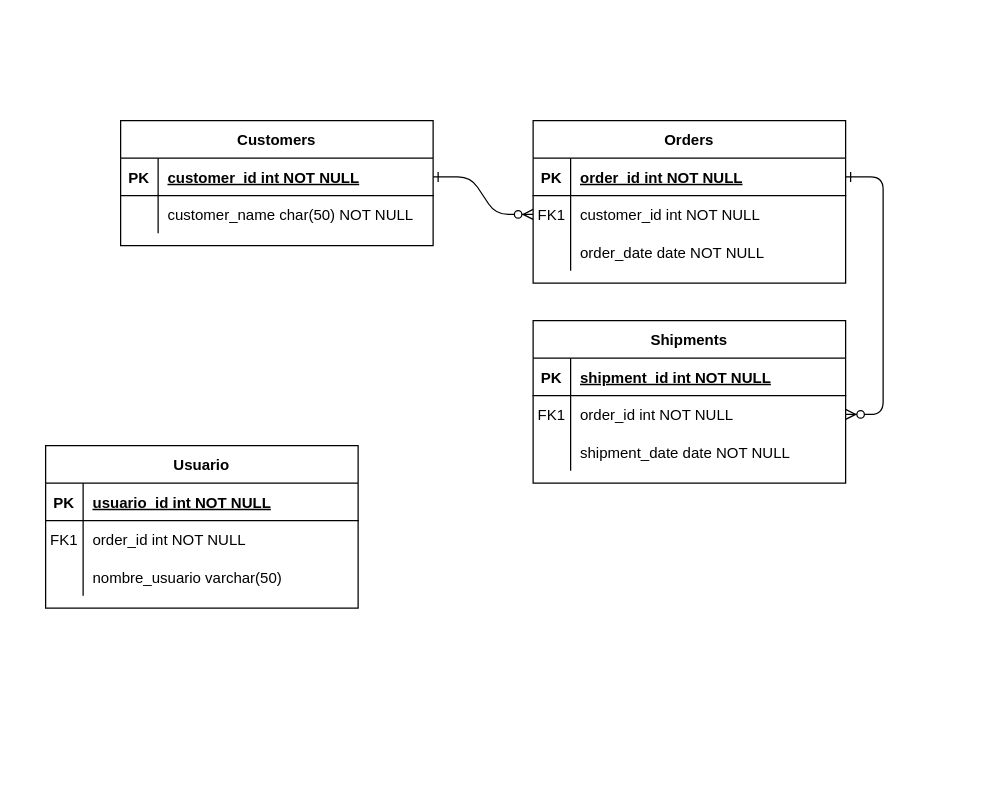
This is Diagrama_Entidad_Relacion.drawio from jgibranv/QRTracking, a draw.io file, before an edit. Source tidied: cells renumbered, new cells numbered last; positions are measured from the earlier drawing's top-left corner, leaving out a move shared by most shapes. Both pictures are drawn from the tidied source at 125%, with x=0, y=0 at pixel (45, 120).
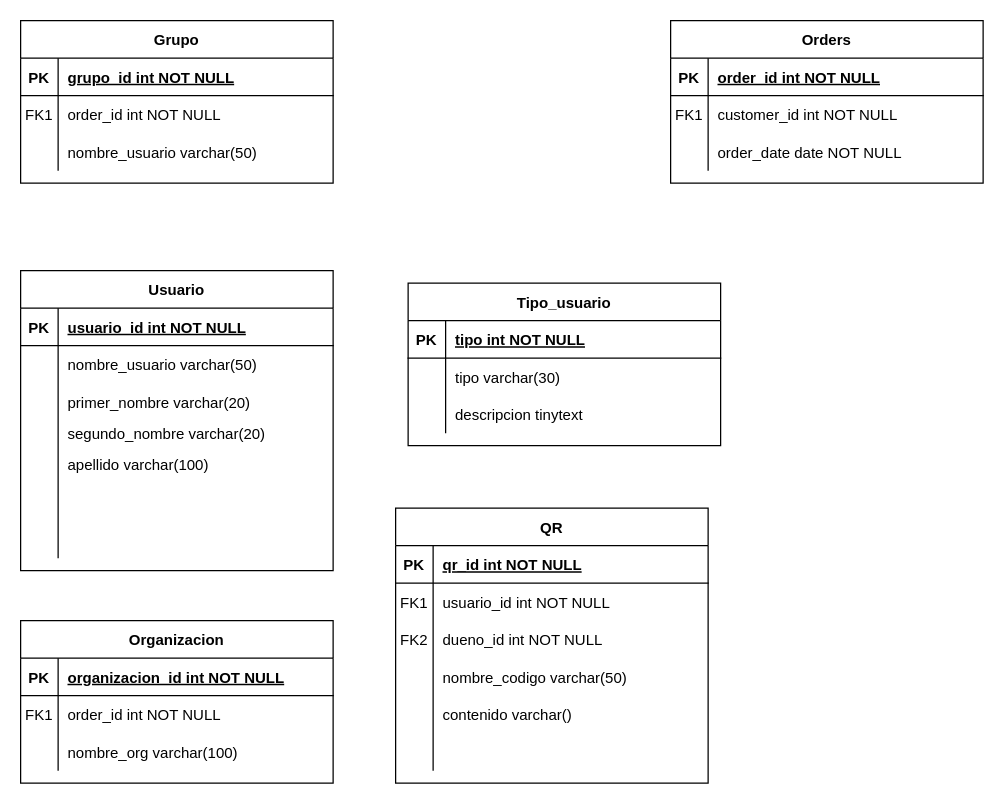
The same page after the edit.

Commit message:
tablas grupo org y qr.drawio

Unchanged cells that the change refers to:
```xml
<mxCell id="5" style="shape=partialRectangle;fillColor=none;points=[[0,0.5],[1,0.5]];portConstraint=eastwest;top=0;left=0;right=0;bottom=1;" parent="4" vertex="1">
  <mxGeometry y="30" width="250" height="30" as="geometry" />
</mxCell>
<mxCell id="8" style="shape=partialRectangle;fillColor=none;points=[[0,0.5],[1,0.5]];portConstraint=eastwest;top=0;left=0;right=0;bottom=0;" parent="4" vertex="1">
  <mxGeometry y="60" width="250" height="30" as="geometry" />
</mxCell>
<mxCell id="32" style="shape=partialRectangle;fillColor=none;top=0;left=0;right=0;bottom=1;" parent="31" vertex="1">
  <mxGeometry y="30" width="250" height="30" as="geometry" />
</mxCell>
<mxCell id="35" style="shape=partialRectangle;fillColor=none;top=0;left=0;right=0;bottom=0;" parent="31" vertex="1">
  <mxGeometry y="60" width="250" height="30" as="geometry" />
</mxCell>
<mxCell id="38" style="shape=partialRectangle;fillColor=none;top=0;left=0;right=0;bottom=0;" parent="31" vertex="1">
  <mxGeometry y="90" width="250" height="30" as="geometry" />
</mxCell>
```

What changed in the source:
```diff
@@
-    <mxCell id="2" style="edgeStyle=entityRelationEdgeStyle;endArrow=ERzeroToMany;startArrow=ERone;endFill=1;startFill=0;" parent="1" edge="1" source="25" target="8">
-      <mxGeometry relative="1" as="geometry" />
-    </mxCell>
-    <mxCell id="3" style="edgeStyle=entityRelationEdgeStyle;endArrow=ERzeroToMany;startArrow=ERone;endFill=1;startFill=0;" parent="1" edge="1" source="5" target="18">
-      <mxGeometry relative="1" as="geometry" />
-    </mxCell>
     <mxCell id="4" value="Orders" style="shape=table;startSize=30;childLayout=tableLayout;rowLines=0;fontStyle=1;align=center;" parent="1" vertex="1">
-      <mxGeometry x="390" width="250" height="130" as="geometry" />
+      <mxGeometry x="500" y="-80" width="250" height="130" as="geometry" />
     </mxCell>
@@
-    <mxCell id="14" value="Shipments" style="shape=table;startSize=30;childLayout=tableLayout;rowLines=0;fontStyle=1;align=center;" parent="1" vertex="1">
-      <mxGeometry x="390" y="160" width="250" height="130" as="geometry" />
-    </mxCell>
-    <mxCell id="15" style="shape=partialRectangle;fillColor=none;top=0;left=0;right=0;bottom=1;" parent="14" vertex="1">
-      <mxGeometry y="30" width="250" height="30" as="geometry" />
-    </mxCell>
-    <mxCell id="16" value="PK" style="shape=partialRectangle;overflow=hidden;fillColor=none;top=0;left=0;bottom=0;right=0;fontStyle=1;" parent="15" vertex="1">
-      <mxGeometry width="30" height="30" as="geometry" />
-    </mxCell>
-    <mxCell id="17" value="shipment_id int NOT NULL " style="shape=partialRectangle;overflow=hidden;fillColor=none;top=0;left=0;bottom=0;right=0;align=left;spacingLeft=6;fontStyle=5;" parent="15" vertex="1">
-      <mxGeometry x="30" width="220" height="30" as="geometry" />
-    </mxCell>
-    <mxCell id="18" style="shape=partialRectangle;fillColor=none;points=[[0,0.5],[1,0.5]];portConstraint=eastwest;top=0;left=0;right=0;bottom=0;" parent="14" vertex="1">
-      <mxGeometry y="60" width="250" height="30" as="geometry" />
-    </mxCell>
-    <mxCell id="19" value="FK1" style="shape=partialRectangle;overflow=hidden;fillColor=none;top=0;left=0;bottom=0;right=0;" parent="18" vertex="1">
-      <mxGeometry width="30" height="30" as="geometry" />
-    </mxCell>
-    <mxCell id="20" value="order_id int NOT NULL" style="shape=partialRectangle;overflow=hidden;fillColor=none;top=0;left=0;bottom=0;right=0;align=left;spacingLeft=6;" parent="18" vertex="1">
-      <mxGeometry x="30" width="220" height="30" as="geometry" />
-    </mxCell>
-    <mxCell id="21" style="shape=partialRectangle;fillColor=none;top=0;left=0;right=0;bottom=0;" parent="14" vertex="1">
-      <mxGeometry y="90" width="250" height="30" as="geometry" />
-    </mxCell>
-    <mxCell id="22" style="shape=partialRectangle;overflow=hidden;fillColor=none;top=0;left=0;bottom=0;right=0;" parent="21" vertex="1">
-      <mxGeometry width="30" height="30" as="geometry" />
-    </mxCell>
-    <mxCell id="23" value="shipment_date date NOT NULL" style="shape=partialRectangle;overflow=hidden;fillColor=none;top=0;left=0;bottom=0;right=0;align=left;spacingLeft=6;" parent="21" vertex="1">
-      <mxGeometry x="30" width="220" height="30" as="geometry" />
-    </mxCell>
-    <mxCell id="24" value="Customers" style="shape=table;startSize=30;childLayout=tableLayout;rowLines=0;fontStyle=1;align=center;" parent="1" vertex="1">
-      <mxGeometry x="60" width="250" height="100" as="geometry" />
-    </mxCell>
-    <mxCell id="25" style="shape=partialRectangle;fillColor=none;points=[[0,0.5],[1,0.5]];portConstraint=eastwest;top=0;left=0;right=0;bottom=1;" parent="24" vertex="1">
-      <mxGeometry y="30" width="250" height="30" as="geometry" />
-    </mxCell>
-    <mxCell id="26" value="PK" style="shape=partialRectangle;overflow=hidden;fillColor=none;top=0;left=0;bottom=0;right=0;fontStyle=1;" parent="25" vertex="1">
-      <mxGeometry width="30" height="30" as="geometry" />
-    </mxCell>
-    <mxCell id="27" value="customer_id int NOT NULL " style="shape=partialRectangle;overflow=hidden;fillColor=none;top=0;left=0;bottom=0;right=0;align=left;spacingLeft=6;fontStyle=5;" parent="25" vertex="1">
-      <mxGeometry x="30" width="220" height="30" as="geometry" />
-    </mxCell>
-    <mxCell id="28" style="shape=partialRectangle;fillColor=none;top=0;left=0;right=0;bottom=0;" parent="24" vertex="1">
-      <mxGeometry y="60" width="250" height="30" as="geometry" />
-    </mxCell>
-    <mxCell id="29" style="shape=partialRectangle;overflow=hidden;fillColor=none;top=0;left=0;bottom=0;right=0;" parent="28" vertex="1">
-      <mxGeometry width="30" height="30" as="geometry" />
-    </mxCell>
-    <mxCell id="30" value="customer_name char(50) NOT NULL" style="shape=partialRectangle;overflow=hidden;fillColor=none;top=0;left=0;bottom=0;right=0;align=left;spacingLeft=6;" parent="28" vertex="1">
-      <mxGeometry x="30" width="220" height="30" as="geometry" />
-    </mxCell>
     <mxCell id="31" value="Usuario" style="shape=table;startSize=30;childLayout=tableLayout;rowLines=0;fontStyle=1;align=center;" parent="1" vertex="1">
-      <mxGeometry y="260" width="250" height="130" as="geometry" />
+      <mxGeometry x="-20" y="120" width="250" height="240" as="geometry" />
     </mxCell>
@@
-    <mxCell id="34" value="usuario_id int NOT NULL " style="shape=partialRectangle;overflow=hidden;fillColor=none;top=0;left=0;bottom=0;right=0;align=left;spacingLeft=6;fontStyle=5;" parent="32" vertex="1">
+    <mxCell id="34" value="usuario_id int NOT NULL" style="shape=partialRectangle;overflow=hidden;fillColor=none;top=0;left=0;bottom=0;right=0;align=left;spacingLeft=6;fontStyle=5;" parent="32" vertex="1">
       <mxGeometry x="30" width="220" height="30" as="geometry" />
     </mxCell>
@@
-    <mxCell id="36" value="FK1" style="shape=partialRectangle;overflow=hidden;fillColor=none;top=0;left=0;bottom=0;right=0;" parent="35" vertex="1">
+    <mxCell id="36" style="shape=partialRectangle;overflow=hidden;fillColor=none;top=0;left=0;bottom=0;right=0;" parent="35" vertex="1">
       <mxGeometry width="30" height="30" as="geometry" />
     </mxCell>
-    <mxCell id="37" value="order_id int NOT NULL" style="shape=partialRectangle;overflow=hidden;fillColor=none;top=0;left=0;bottom=0;right=0;align=left;spacingLeft=6;" parent="35" vertex="1">
+    <mxCell id="37" value="nombre_usuario varchar(50)" style="shape=partialRectangle;overflow=hidden;fillColor=none;top=0;left=0;bottom=0;right=0;align=left;spacingLeft=6;" parent="35" vertex="1">
       <mxGeometry x="30" width="220" height="30" as="geometry" />
     </mxCell>
@@
-    <mxCell id="40" value="nombre_usuario varchar(50)" style="shape=partialRectangle;overflow=hidden;fillColor=none;top=0;left=0;bottom=0;right=0;align=left;spacingLeft=6;" parent="38" vertex="1">
+    <mxCell id="40" value="primer_nombre varchar(20)" style="shape=partialRectangle;overflow=hidden;fillColor=none;top=0;left=0;bottom=0;right=0;align=left;spacingLeft=6;" parent="38" vertex="1">
       <mxGeometry x="30" width="220" height="30" as="geometry" />
     </mxCell>
+    <mxCell id="41" style="shape=partialRectangle;fillColor=none;top=0;left=0;right=0;bottom=0;" parent="31" vertex="1">
+      <mxGeometry y="120" width="250" height="20" as="geometry" />
+    </mxCell>
+    <mxCell id="42" style="shape=partialRectangle;overflow=hidden;fillColor=none;top=0;left=0;bottom=0;right=0;" parent="41" vertex="1">
+      <mxGeometry width="30" height="20" as="geometry" />
+    </mxCell>
+    <mxCell id="43" value="segundo_nombre varchar(20)" style="shape=partialRectangle;overflow=hidden;fillColor=none;top=0;left=0;bottom=0;right=0;align=left;spacingLeft=6;" parent="41" vertex="1">
+      <mxGeometry x="30" width="220" height="20" as="geometry" />
+    </mxCell>
+    <mxCell id="44" style="shape=partialRectangle;fillColor=none;top=0;left=0;right=0;bottom=0;" parent="31" vertex="1">
+      <mxGeometry y="140" width="250" height="30" as="geometry" />
+    </mxCell>
+    <mxCell id="45" style="shape=partialRectangle;overflow=hidden;fillColor=none;top=0;left=0;bottom=0;right=0;" parent="44" vertex="1">
+      <mxGeometry width="30" height="30" as="geometry" />
+    </mxCell>
+    <mxCell id="46" value="apellido varchar(100)" style="shape=partialRectangle;overflow=hidden;fillColor=none;top=0;left=0;bottom=0;right=0;align=left;spacingLeft=6;" parent="44" vertex="1">
+      <mxGeometry x="30" width="220" height="30" as="geometry" />
+    </mxCell>
+    <mxCell id="47" style="shape=partialRectangle;fillColor=none;top=0;left=0;right=0;bottom=0;" parent="31" vertex="1">
+      <mxGeometry y="170" width="250" height="30" as="geometry" />
+    </mxCell>
+    <mxCell id="48" style="shape=partialRectangle;overflow=hidden;fillColor=none;top=0;left=0;bottom=0;right=0;" parent="47" vertex="1">
+      <mxGeometry width="30" height="30" as="geometry" />
+    </mxCell>
+    <mxCell id="49" style="shape=partialRectangle;overflow=hidden;fillColor=none;top=0;left=0;bottom=0;right=0;align=left;spacingLeft=6;" parent="47" vertex="1">
+      <mxGeometry x="30" width="220" height="30" as="geometry" />
+    </mxCell>
+    <mxCell id="50" style="shape=partialRectangle;fillColor=none;top=0;left=0;right=0;bottom=0;" parent="31" vertex="1">
+      <mxGeometry y="200" width="250" height="30" as="geometry" />
+    </mxCell>
+    <mxCell id="51" style="shape=partialRectangle;overflow=hidden;fillColor=none;top=0;left=0;bottom=0;right=0;" parent="50" vertex="1">
+      <mxGeometry width="30" height="30" as="geometry" />
+    </mxCell>
+    <mxCell id="52" style="shape=partialRectangle;overflow=hidden;fillColor=none;top=0;left=0;bottom=0;right=0;align=left;spacingLeft=6;" parent="50" vertex="1">
+      <mxGeometry x="30" width="220" height="30" as="geometry" />
+    </mxCell>
+    <mxCell id="53" value="Grupo" style="shape=table;startSize=30;childLayout=tableLayout;rowLines=0;fontStyle=1;align=center;" parent="1" vertex="1">
+      <mxGeometry x="-20" y="-80" width="250" height="130" as="geometry" />
+    </mxCell>
+    <mxCell id="54" style="shape=partialRectangle;fillColor=none;top=0;left=0;right=0;bottom=1;" parent="53" vertex="1">
+      <mxGeometry y="30" width="250" height="30" as="geometry" />
+    </mxCell>
+    <mxCell id="55" value="PK" style="shape=partialRectangle;overflow=hidden;fillColor=none;top=0;left=0;bottom=0;right=0;fontStyle=1;" parent="54" vertex="1">
+      <mxGeometry width="30" height="30" as="geometry" />
+    </mxCell>
+    <mxCell id="56" value="grupo_id int NOT NULL " style="shape=partialRectangle;overflow=hidden;fillColor=none;top=0;left=0;bottom=0;right=0;align=left;spacingLeft=6;fontStyle=5;" parent="54" vertex="1">
+      <mxGeometry x="30" width="220" height="30" as="geometry" />
+    </mxCell>
+    <mxCell id="57" style="shape=partialRectangle;fillColor=none;top=0;left=0;right=0;bottom=0;" parent="53" vertex="1">
+      <mxGeometry y="60" width="250" height="30" as="geometry" />
+    </mxCell>
+    <mxCell id="58" value="FK1" style="shape=partialRectangle;overflow=hidden;fillColor=none;top=0;left=0;bottom=0;right=0;" parent="57" vertex="1">
+      <mxGeometry width="30" height="30" as="geometry" />
+    </mxCell>
+    <mxCell id="59" value="order_id int NOT NULL" style="shape=partialRectangle;overflow=hidden;fillColor=none;top=0;left=0;bottom=0;right=0;align=left;spacingLeft=6;" parent="57" vertex="1">
+      <mxGeometry x="30" width="220" height="30" as="geometry" />
+    </mxCell>
+    <mxCell id="60" style="shape=partialRectangle;fillColor=none;top=0;left=0;right=0;bottom=0;" parent="53" vertex="1">
+      <mxGeometry y="90" width="250" height="30" as="geometry" />
+    </mxCell>
+    <mxCell id="61" style="shape=partialRectangle;overflow=hidden;fillColor=none;top=0;left=0;bottom=0;right=0;" parent="60" vertex="1">
+      <mxGeometry width="30" height="30" as="geometry" />
+    </mxCell>
+    <mxCell id="62" value="nombre_usuario varchar(50)" style="shape=partialRectangle;overflow=hidden;fillColor=none;top=0;left=0;bottom=0;right=0;align=left;spacingLeft=6;" parent="60" vertex="1">
+      <mxGeometry x="30" width="220" height="30" as="geometry" />
+    </mxCell>
+    <mxCell id="63" value="Organizacion" style="shape=table;startSize=30;childLayout=tableLayout;rowLines=0;fontStyle=1;align=center;" parent="1" vertex="1">
+      <mxGeometry x="-20" y="400" width="250" height="130" as="geometry" />
+    </mxCell>
+    <mxCell id="64" style="shape=partialRectangle;fillColor=none;top=0;left=0;right=0;bottom=1;" parent="63" vertex="1">
+      <mxGeometry y="30" width="250" height="30" as="geometry" />
+    </mxCell>
+    <mxCell id="65" value="PK" style="shape=partialRectangle;overflow=hidden;fillColor=none;top=0;left=0;bottom=0;right=0;fontStyle=1;" parent="64" vertex="1">
+      <mxGeometry width="30" height="30" as="geometry" />
+    </mxCell>
+    <mxCell id="66" value="organizacion_id int NOT NULL " style="shape=partialRectangle;overflow=hidden;fillColor=none;top=0;left=0;bottom=0;right=0;align=left;spacingLeft=6;fontStyle=5;" parent="64" vertex="1">
+      <mxGeometry x="30" width="220" height="30" as="geometry" />
+    </mxCell>
+    <mxCell id="67" style="shape=partialRectangle;fillColor=none;top=0;left=0;right=0;bottom=0;" parent="63" vertex="1">
+      <mxGeometry y="60" width="250" height="30" as="geometry" />
+    </mxCell>
+    <mxCell id="68" value="FK1" style="shape=partialRectangle;overflow=hidden;fillColor=none;top=0;left=0;bottom=0;right=0;" parent="67" vertex="1">
+      <mxGeometry width="30" height="30" as="geometry" />
+    </mxCell>
+    <mxCell id="69" value="order_id int NOT NULL" style="shape=partialRectangle;overflow=hidden;fillColor=none;top=0;left=0;bottom=0;right=0;align=left;spacingLeft=6;" parent="67" vertex="1">
+      <mxGeometry x="30" width="220" height="30" as="geometry" />
+    </mxCell>
+    <mxCell id="70" style="shape=partialRectangle;fillColor=none;top=0;left=0;right=0;bottom=0;" parent="63" vertex="1">
+      <mxGeometry y="90" width="250" height="30" as="geometry" />
+    </mxCell>
+    <mxCell id="71" style="shape=partialRectangle;overflow=hidden;fillColor=none;top=0;left=0;bottom=0;right=0;" parent="70" vertex="1">
+      <mxGeometry width="30" height="30" as="geometry" />
+    </mxCell>
+    <mxCell id="72" value="nombre_org varchar(100)" style="shape=partialRectangle;overflow=hidden;fillColor=none;top=0;left=0;bottom=0;right=0;align=left;spacingLeft=6;" parent="70" vertex="1">
+      <mxGeometry x="30" width="220" height="30" as="geometry" />
+    </mxCell>
+    <mxCell id="73" value="QR" style="shape=table;startSize=30;childLayout=tableLayout;rowLines=0;fontStyle=1;align=center;" parent="1" vertex="1">
+      <mxGeometry x="280" y="310" width="250" height="220" as="geometry" />
+    </mxCell>
+    <mxCell id="74" style="shape=partialRectangle;fillColor=none;top=0;left=0;right=0;bottom=1;" parent="73" vertex="1">
+      <mxGeometry y="30" width="250" height="30" as="geometry" />
+    </mxCell>
+    <mxCell id="75" value="PK" style="shape=partialRectangle;overflow=hidden;fillColor=none;top=0;left=0;bottom=0;right=0;fontStyle=1;" parent="74" vertex="1">
+      <mxGeometry width="30" height="30" as="geometry" />
+    </mxCell>
+    <mxCell id="76" value="qr_id int NOT NULL " style="shape=partialRectangle;overflow=hidden;fillColor=none;top=0;left=0;bottom=0;right=0;align=left;spacingLeft=6;fontStyle=5;" parent="74" vertex="1">
+      <mxGeometry x="30" width="220" height="30" as="geometry" />
+    </mxCell>
+    <mxCell id="77" style="shape=partialRectangle;fillColor=none;top=0;left=0;right=0;bottom=0;" parent="73" vertex="1">
+      <mxGeometry y="60" width="250" height="30" as="geometry" />
+    </mxCell>
+    <mxCell id="78" value="FK1" style="shape=partialRectangle;overflow=hidden;fillColor=none;top=0;left=0;bottom=0;right=0;" parent="77" vertex="1">
+      <mxGeometry width="30" height="30" as="geometry" />
+    </mxCell>
+    <mxCell id="79" value="usuario_id int NOT NULL" style="shape=partialRectangle;overflow=hidden;fillColor=none;top=0;left=0;bottom=0;right=0;align=left;spacingLeft=6;" parent="77" vertex="1">
+      <mxGeometry x="30" width="220" height="30" as="geometry" />
+    </mxCell>
+    <mxCell id="80" style="shape=partialRectangle;fillColor=none;top=0;left=0;right=0;bottom=0;" parent="73" vertex="1">
+      <mxGeometry y="90" width="250" height="30" as="geometry" />
+    </mxCell>
+    <mxCell id="81" value="FK2" style="shape=partialRectangle;overflow=hidden;fillColor=none;top=0;left=0;bottom=0;right=0;" parent="80" vertex="1">
+      <mxGeometry width="30" height="30" as="geometry" />
+    </mxCell>
+    <mxCell id="82" value="dueno_id int NOT NULL" style="shape=partialRectangle;overflow=hidden;fillColor=none;top=0;left=0;bottom=0;right=0;align=left;spacingLeft=6;" parent="80" vertex="1">
+      <mxGeometry x="30" width="220" height="30" as="geometry" />
+    </mxCell>
+    <mxCell id="83" style="shape=partialRectangle;fillColor=none;top=0;left=0;right=0;bottom=0;" parent="73" vertex="1">
+      <mxGeometry y="120" width="250" height="30" as="geometry" />
+    </mxCell>
+    <mxCell id="84" style="shape=partialRectangle;overflow=hidden;fillColor=none;top=0;left=0;bottom=0;right=0;" parent="83" vertex="1">
+      <mxGeometry width="30" height="30" as="geometry" />
+    </mxCell>
+    <mxCell id="85" value="nombre_codigo varchar(50)" style="shape=partialRectangle;overflow=hidden;fillColor=none;top=0;left=0;bottom=0;right=0;align=left;spacingLeft=6;" parent="83" vertex="1">
+      <mxGeometry x="30" width="220" height="30" as="geometry" />
+    </mxCell>
+    <mxCell id="86" style="shape=partialRectangle;fillColor=none;top=0;left=0;right=0;bottom=0;" parent="73" vertex="1">
+      <mxGeometry y="150" width="250" height="30" as="geometry" />
+    </mxCell>
+    <mxCell id="87" style="shape=partialRectangle;overflow=hidden;fillColor=none;top=0;left=0;bottom=0;right=0;" parent="86" vertex="1">
+      <mxGeometry width="30" height="30" as="geometry" />
+    </mxCell>
+    <mxCell id="88" value="contenido varchar()" style="shape=partialRectangle;overflow=hidden;fillColor=none;top=0;left=0;bottom=0;right=0;align=left;spacingLeft=6;" parent="86" vertex="1">
+      <mxGeometry x="30" width="220" height="30" as="geometry" />
+    </mxCell>
+    <mxCell id="89" style="shape=partialRectangle;fillColor=none;top=0;left=0;right=0;bottom=0;" parent="73" vertex="1">
+      <mxGeometry y="180" width="250" height="30" as="geometry" />
+    </mxCell>
+    <mxCell id="90" style="shape=partialRectangle;overflow=hidden;fillColor=none;top=0;left=0;bottom=0;right=0;" parent="89" vertex="1">
+      <mxGeometry width="30" height="30" as="geometry" />
+    </mxCell>
+    <mxCell id="91" style="shape=partialRectangle;overflow=hidden;fillColor=none;top=0;left=0;bottom=0;right=0;align=left;spacingLeft=6;" parent="89" vertex="1">
+      <mxGeometry x="30" width="220" height="30" as="geometry" />
+    </mxCell>
+    <mxCell id="92" value="Tipo_usuario" style="shape=table;startSize=30;childLayout=tableLayout;rowLines=0;fontStyle=1;align=center;" parent="1" vertex="1">
+      <mxGeometry x="290" y="130" width="250" height="130" as="geometry" />
+    </mxCell>
+    <mxCell id="93" style="shape=partialRectangle;fillColor=none;top=0;left=0;right=0;bottom=1;" parent="92" vertex="1">
+      <mxGeometry y="30" width="250" height="30" as="geometry" />
+    </mxCell>
+    <mxCell id="94" value="PK" style="shape=partialRectangle;overflow=hidden;fillColor=none;top=0;left=0;bottom=0;right=0;fontStyle=1;" parent="93" vertex="1">
+      <mxGeometry width="30" height="30" as="geometry" />
+    </mxCell>
+    <mxCell id="95" value="tipo int NOT NULL" style="shape=partialRectangle;overflow=hidden;fillColor=none;top=0;left=0;bottom=0;right=0;align=left;spacingLeft=6;fontStyle=5;" parent="93" vertex="1">
+      <mxGeometry x="30" width="220" height="30" as="geometry" />
+    </mxCell>
+    <mxCell id="96" style="shape=partialRectangle;fillColor=none;top=0;left=0;right=0;bottom=0;" parent="92" vertex="1">
+      <mxGeometry y="60" width="250" height="30" as="geometry" />
+    </mxCell>
+    <mxCell id="97" style="shape=partialRectangle;overflow=hidden;fillColor=none;top=0;left=0;bottom=0;right=0;" parent="96" vertex="1">
+      <mxGeometry width="30" height="30" as="geometry" />
+    </mxCell>
+    <mxCell id="98" value="tipo varchar(30)" style="shape=partialRectangle;overflow=hidden;fillColor=none;top=0;left=0;bottom=0;right=0;align=left;spacingLeft=6;" parent="96" vertex="1">
+      <mxGeometry x="30" width="220" height="30" as="geometry" />
+    </mxCell>
+    <mxCell id="99" style="shape=partialRectangle;fillColor=none;top=0;left=0;right=0;bottom=0;" parent="92" vertex="1">
+      <mxGeometry y="90" width="250" height="30" as="geometry" />
+    </mxCell>
+    <mxCell id="100" style="shape=partialRectangle;overflow=hidden;fillColor=none;top=0;left=0;bottom=0;right=0;" parent="99" vertex="1">
+      <mxGeometry width="30" height="30" as="geometry" />
+    </mxCell>
+    <mxCell id="101" value="descripcion tinytext" style="shape=partialRectangle;overflow=hidden;fillColor=none;top=0;left=0;bottom=0;right=0;align=left;spacingLeft=6;" parent="99" vertex="1">
+      <mxGeometry x="30" width="220" height="30" as="geometry" />
+    </mxCell>
```
